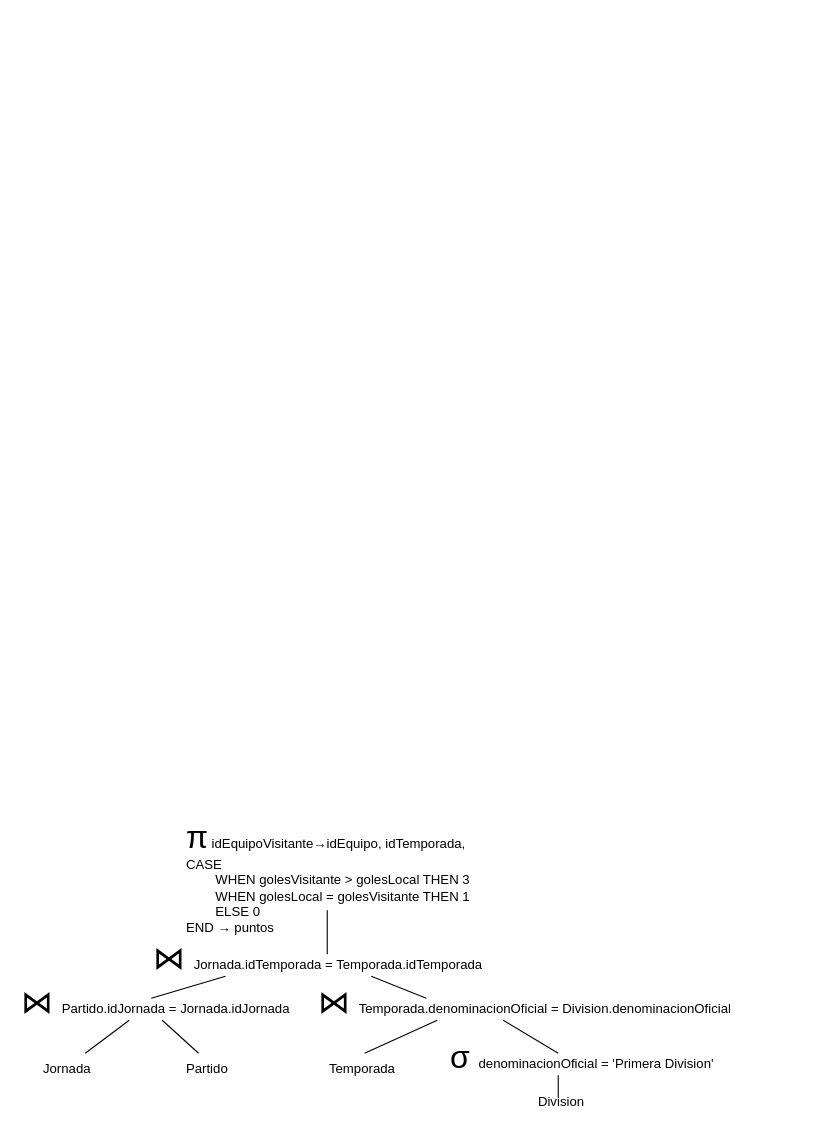
This is Diagrama sin título.drawio from anaisitanais/ADSIS, a draw.io file, before an edit. Source tidied: cells renumbered, new cells numbered last; positions are measured from the earlier drawing's top-left corner, leaving out a move shared by most shapes. Both pictures are drawn from the tidied source at 110%, with x=0, y=0 at pixel (19, 811).
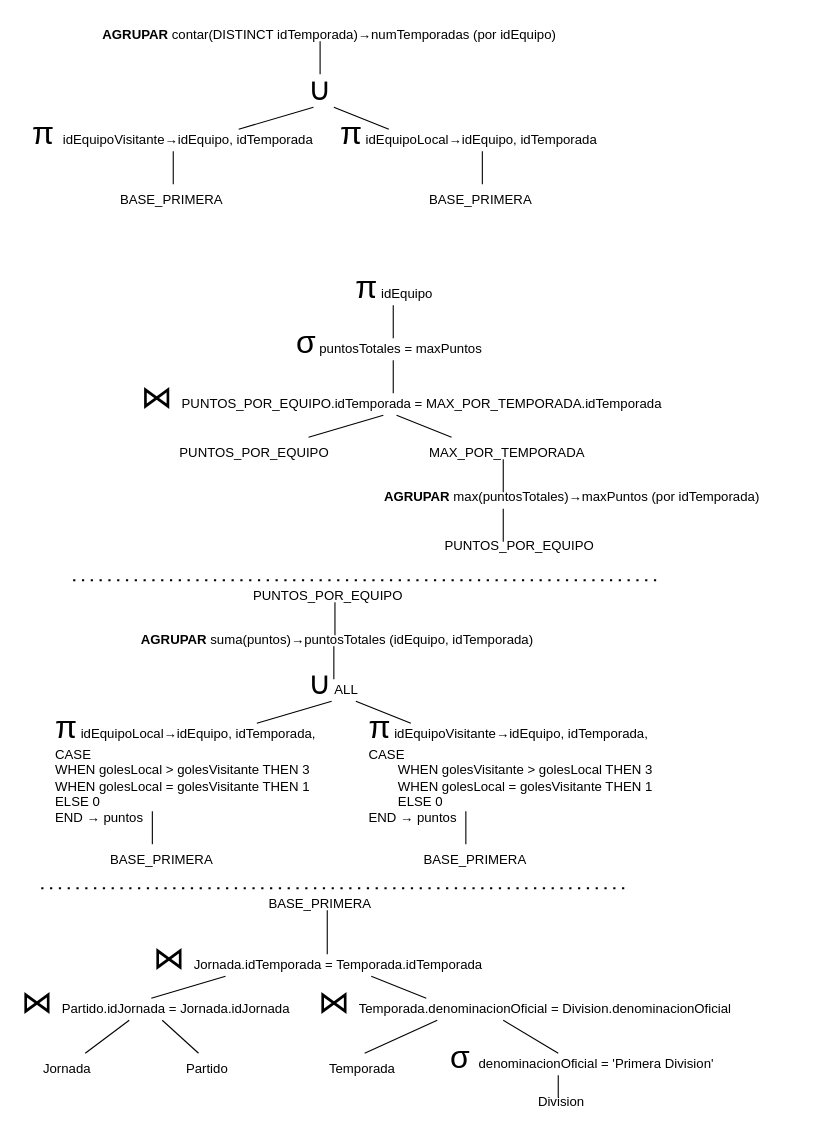
The same page after the edit.

The edit, as a diff of the source:
```diff
@@
     <mxCell id="17" value="&lt;span&gt;&lt;font style=&quot;font-size: 29px;&quot;&gt;π&lt;/font&gt; idEquipoVisitante→idEquipo, idTemporada,&lt;/span&gt;&lt;br&gt;&lt;span&gt;                                          CASE&lt;/span&gt;&lt;br&gt;&lt;span&gt;                                            &lt;span style=&quot;white-space: pre;&quot;&gt;&#9;&lt;/span&gt;WHEN golesVisitante &amp;gt; golesLocal THEN 3&lt;/span&gt;&lt;br&gt;&lt;span&gt;                                            &lt;span style=&quot;white-space: pre;&quot;&gt;&#9;&lt;/span&gt;WHEN golesLocal = golesVisitante THEN 1&lt;/span&gt;&lt;br&gt;&lt;span&gt;                                            &lt;span style=&quot;white-space: pre;&quot;&gt;&#9;&lt;/span&gt;ELSE 0&lt;/span&gt;&lt;br&gt;&lt;span&gt;                                          END → puntos&lt;/span&gt;" style="text;whiteSpace=wrap;html=1;" parent="1" vertex="1">
-      <mxGeometry x="150" width="280" height="110" as="geometry" />
+      <mxGeometry x="316" y="-100" width="280" height="110" as="geometry" />
     </mxCell>
@@
+    <mxCell id="19" style="endArrow=none;html=1;rounded=0;" parent="1" edge="1">
+      <mxGeometry relative="1" as="geometry">
+        <mxPoint x="406" y="30" as="sourcePoint" />
+        <mxPoint x="406" as="targetPoint" />
+      </mxGeometry>
+    </mxCell>
+    <mxCell id="20" value="BASE_PRIMERA" style="text;whiteSpace=wrap;html=1;" parent="1" vertex="1">
+      <mxGeometry x="225" y="70" width="130" height="40" as="geometry" />
+    </mxCell>
+    <mxCell id="21" value="&lt;span&gt;&lt;font style=&quot;font-size: 29px;&quot;&gt;π&lt;/font&gt; idEquipoLocal→idEquipo, idTemporada,&lt;/span&gt;&lt;br&gt;&lt;span&gt;  CASE&lt;/span&gt;&lt;br&gt;&lt;span&gt;    WHEN golesLocal &amp;gt; golesVisitante THEN 3&lt;/span&gt;&lt;br&gt;&lt;span&gt;    WHEN golesLocal = golesVisitante THEN 1&lt;/span&gt;&lt;br&gt;&lt;span&gt;    ELSE 0&lt;/span&gt;&lt;br&gt;&lt;span&gt;  END → puntos&lt;/span&gt;" style="text;whiteSpace=wrap;html=1;" parent="1" vertex="1">
+      <mxGeometry x="31" y="-100" width="270" height="110" as="geometry" />
+    </mxCell>
+    <mxCell id="22" style="endArrow=none;html=1;rounded=0;" parent="1" edge="1">
+      <mxGeometry relative="1" as="geometry">
+        <mxPoint x="121" y="30" as="sourcePoint" />
+        <mxPoint x="121" as="targetPoint" />
+      </mxGeometry>
+    </mxCell>
+    <mxCell id="23" value="BASE_PRIMERA" style="text;whiteSpace=wrap;html=1;" parent="1" vertex="1">
+      <mxGeometry x="81" y="30" width="130" height="40" as="geometry" />
+    </mxCell>
+    <mxCell id="24" value="BASE_PRIMERA" style="text;whiteSpace=wrap;html=1;" parent="1" vertex="1">
+      <mxGeometry x="366" y="30" width="130" height="40" as="geometry" />
+    </mxCell>
+    <mxCell id="25" value="&lt;font style=&quot;font-size: 29px;&quot;&gt;∪&lt;/font&gt; ALL" style="text;whiteSpace=wrap;html=1;" parent="1" vertex="1">
+      <mxGeometry x="261" y="-140" width="75" height="40" as="geometry" />
+    </mxCell>
+    <mxCell id="26" style="endArrow=none;html=1;rounded=0;entryX=0.75;entryY=0;entryDx=0;entryDy=0;" parent="1" edge="1">
+      <mxGeometry relative="1" as="geometry">
+        <mxPoint x="216" y="-80" as="sourcePoint" />
+        <mxPoint x="284" y="-100" as="targetPoint" />
+      </mxGeometry>
+    </mxCell>
+    <mxCell id="27" style="endArrow=none;html=1;rounded=0;" parent="1" edge="1">
+      <mxGeometry relative="1" as="geometry">
+        <mxPoint x="356" y="-80" as="sourcePoint" />
+        <mxPoint x="306" y="-100" as="targetPoint" />
+      </mxGeometry>
+    </mxCell>
+    <mxCell id="28" value="&lt;b&gt;AGRUPAR&lt;/b&gt; suma(puntos)→puntosTotales (idEquipo, idTemporada)" style="text;whiteSpace=wrap;html=1;" parent="1" vertex="1">
+      <mxGeometry x="109" y="-170" width="410" height="40" as="geometry" />
+    </mxCell>
+    <mxCell id="29" style="endArrow=none;html=1;rounded=0;" parent="1" edge="1">
+      <mxGeometry relative="1" as="geometry">
+        <mxPoint x="286" y="-120" as="sourcePoint" />
+        <mxPoint x="286" y="-150" as="targetPoint" />
+      </mxGeometry>
+    </mxCell>
+    <mxCell id="30" value="PUNTOS_POR_EQUIPO" style="text;whiteSpace=wrap;html=1;" parent="1" vertex="1">
+      <mxGeometry x="211" y="-210" width="170" height="40" as="geometry" />
+    </mxCell>
+    <mxCell id="31" style="endArrow=none;html=1;rounded=0;" parent="1" edge="1">
+      <mxGeometry relative="1" as="geometry">
+        <mxPoint x="287" y="-160" as="sourcePoint" />
+        <mxPoint x="287" y="-190" as="targetPoint" />
+      </mxGeometry>
+    </mxCell>
+    <mxCell id="32" value="&lt;b&gt;AGRUPAR &lt;/b&gt;max(puntosTotales)→maxPuntos (por idTemporada)" style="text;whiteSpace=wrap;html=1;" parent="1" vertex="1">
+      <mxGeometry x="330" y="-300" width="380" height="40" as="geometry" />
+    </mxCell>
+    <mxCell id="33" style="endArrow=none;html=1;rounded=0;" parent="1" edge="1">
+      <mxGeometry relative="1" as="geometry">
+        <mxPoint x="440" y="-245" as="sourcePoint" />
+        <mxPoint x="440" y="-275" as="targetPoint" />
+      </mxGeometry>
+    </mxCell>
+    <mxCell id="34" value="PUNTOS_POR_EQUIPO" style="text;whiteSpace=wrap;html=1;" parent="1" vertex="1">
+      <mxGeometry x="385" y="-255" width="170" height="40" as="geometry" />
+    </mxCell>
+    <mxCell id="35" style="endArrow=none;dashed=1;html=1;dashPattern=1 3;strokeWidth=2;rounded=0;" parent="1" edge="1">
+      <mxGeometry relative="1" as="geometry">
+        <mxPoint x="550" y="70" as="sourcePoint" />
+        <mxPoint x="20" y="70" as="targetPoint" />
+      </mxGeometry>
+    </mxCell>
+    <mxCell id="36" style="endArrow=none;dashed=1;html=1;dashPattern=1 3;strokeWidth=2;rounded=0;" parent="1" edge="1">
+      <mxGeometry relative="1" as="geometry">
+        <mxPoint x="579" y="-210" as="sourcePoint" />
+        <mxPoint x="49" y="-210" as="targetPoint" />
+      </mxGeometry>
+    </mxCell>
+    <mxCell id="37" value="MAX_POR_TEMPORADA" style="text;whiteSpace=wrap;html=1;" parent="1" vertex="1">
+      <mxGeometry x="371" y="-340" width="170" height="40" as="geometry" />
+    </mxCell>
+    <mxCell id="38" style="endArrow=none;html=1;rounded=0;" parent="1" edge="1">
+      <mxGeometry relative="1" as="geometry">
+        <mxPoint x="440" y="-290" as="sourcePoint" />
+        <mxPoint x="440" y="-320" as="targetPoint" />
+      </mxGeometry>
+    </mxCell>
+    <mxCell id="39" value="&lt;font style=&quot;font-size: 29px;&quot;&gt;⋈ &lt;/font&gt;PUNTOS_POR_EQUIPO.idTemporada = MAX_POR_TEMPORADA.idTemporada" style="text;whiteSpace=wrap;html=1;" parent="1" vertex="1">
+      <mxGeometry x="109" y="-400" width="480" height="40" as="geometry" />
+    </mxCell>
+    <mxCell id="40" style="endArrow=none;html=1;rounded=0;" parent="1" edge="1">
+      <mxGeometry relative="1" as="geometry">
+        <mxPoint x="393" y="-340" as="sourcePoint" />
+        <mxPoint x="343" y="-360" as="targetPoint" />
+      </mxGeometry>
+    </mxCell>
+    <mxCell id="41" style="endArrow=none;html=1;rounded=0;entryX=0.75;entryY=0;entryDx=0;entryDy=0;" parent="1" edge="1">
+      <mxGeometry relative="1" as="geometry">
+        <mxPoint x="263" y="-340" as="sourcePoint" />
+        <mxPoint x="331" y="-360" as="targetPoint" />
+      </mxGeometry>
+    </mxCell>
+    <mxCell id="42" value="PUNTOS_POR_EQUIPO" style="text;whiteSpace=wrap;html=1;" parent="1" vertex="1">
+      <mxGeometry x="144" y="-340" width="170" height="40" as="geometry" />
+    </mxCell>
+    <mxCell id="43" value="&lt;font style=&quot;font-size: 29px;&quot;&gt;σ&lt;/font&gt; puntosTotales = maxPuntos" style="text;whiteSpace=wrap;html=1;" parent="1" vertex="1">
+      <mxGeometry x="250" y="-450" width="190" height="40" as="geometry" />
+    </mxCell>
+    <mxCell id="44" style="endArrow=none;html=1;rounded=0;" parent="1" edge="1">
+      <mxGeometry relative="1" as="geometry">
+        <mxPoint x="340" y="-380" as="sourcePoint" />
+        <mxPoint x="340" y="-410" as="targetPoint" />
+      </mxGeometry>
+    </mxCell>
+    <mxCell id="45" value="&lt;font style=&quot;font-size: 29px;&quot;&gt;π&lt;/font&gt; idEquipo" style="text;whiteSpace=wrap;html=1;" parent="1" vertex="1">
+      <mxGeometry x="304" y="-500" width="90" height="40" as="geometry" />
+    </mxCell>
+    <mxCell id="46" style="endArrow=none;html=1;rounded=0;" parent="1" edge="1">
+      <mxGeometry relative="1" as="geometry">
+        <mxPoint x="340" y="-430" as="sourcePoint" />
+        <mxPoint x="340" y="-460" as="targetPoint" />
+      </mxGeometry>
+    </mxCell>
+    <mxCell id="47" value="&lt;font style=&quot;font-size: 29px;&quot;&gt;π &lt;/font&gt;idEquipoVisitante→idEquipo, idTemporada" style="text;whiteSpace=wrap;html=1;" parent="1" vertex="1">
+      <mxGeometry x="10" y="-640" width="270" height="40" as="geometry" />
+    </mxCell>
+    <mxCell id="48" value="BASE_PRIMERA" style="text;whiteSpace=wrap;html=1;" parent="1" vertex="1">
+      <mxGeometry x="90" y="-570" width="130" height="40" as="geometry" />
+    </mxCell>
+    <mxCell id="49" style="endArrow=none;html=1;rounded=0;" parent="1" edge="1">
+      <mxGeometry relative="1" as="geometry">
+        <mxPoint x="140" y="-570" as="sourcePoint" />
+        <mxPoint x="140" y="-600" as="targetPoint" />
+      </mxGeometry>
+    </mxCell>
+    <mxCell id="50" value="&lt;font style=&quot;font-size: 29px;&quot;&gt;π&lt;/font&gt; idEquipoLocal→idEquipo, idTemporada" style="text;whiteSpace=wrap;html=1;" parent="1" vertex="1">
+      <mxGeometry x="290" y="-640" width="260" height="40" as="geometry" />
+    </mxCell>
+    <mxCell id="51" value="BASE_PRIMERA" style="text;whiteSpace=wrap;html=1;" parent="1" vertex="1">
+      <mxGeometry x="371" y="-570" width="130" height="40" as="geometry" />
+    </mxCell>
+    <mxCell id="52" style="endArrow=none;html=1;rounded=0;" parent="1" edge="1">
+      <mxGeometry relative="1" as="geometry">
+        <mxPoint x="421" y="-570" as="sourcePoint" />
+        <mxPoint x="421" y="-600" as="targetPoint" />
+      </mxGeometry>
+    </mxCell>
+    <mxCell id="53" value="&lt;font style=&quot;font-size: 29px;&quot;&gt;∪&lt;/font&gt;" style="text;whiteSpace=wrap;html=1;" parent="1" vertex="1">
+      <mxGeometry x="261" y="-680" width="40" height="40" as="geometry" />
+    </mxCell>
+    <mxCell id="54" style="endArrow=none;html=1;rounded=0;entryX=0.75;entryY=0;entryDx=0;entryDy=0;" parent="1" edge="1">
+      <mxGeometry relative="1" as="geometry">
+        <mxPoint x="199.5" y="-620" as="sourcePoint" />
+        <mxPoint x="267.5" y="-640" as="targetPoint" />
+      </mxGeometry>
+    </mxCell>
+    <mxCell id="55" style="endArrow=none;html=1;rounded=0;" parent="1" edge="1">
+      <mxGeometry relative="1" as="geometry">
+        <mxPoint x="336" y="-620" as="sourcePoint" />
+        <mxPoint x="286" y="-640" as="targetPoint" />
+      </mxGeometry>
+    </mxCell>
+    <mxCell id="56" value="&lt;b&gt;AGRUPAR &lt;/b&gt;contar(DISTINCT idTemporada)→numTemporadas (por idEquipo)" style="text;whiteSpace=wrap;html=1;" parent="1" vertex="1">
+      <mxGeometry x="73.5" y="-720" width="450" height="40" as="geometry" />
+    </mxCell>
+    <mxCell id="57" style="endArrow=none;html=1;rounded=0;" parent="1" edge="1">
+      <mxGeometry relative="1" as="geometry">
+        <mxPoint x="273.5" y="-670" as="sourcePoint" />
+        <mxPoint x="273.5" y="-700" as="targetPoint" />
+      </mxGeometry>
+    </mxCell>
```
